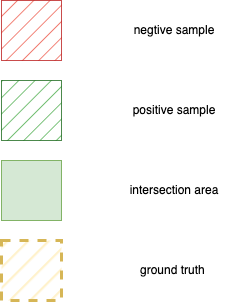
Before: label_assign3.png, a diagram exported from draw.io (johnran103/diagrams). Source tidied: cells renumbered, new cells last; positions are measured from the earlier drawing's top-left corner, leaving out a move shared by most shapes. The source it was exported from:
```xml
<mxGraphModel>
  <root>
    <mxCell id="0" />
    <mxCell id="1" parent="0" />
    <mxCell id="2" style="whiteSpace=wrap;html=1;fillColor=#008a00;strokeColor=#005700;opacity=70;fillStyle=hatch;fontColor=#ffffff;" parent="1" vertex="1">
      <mxGeometry y="80" width="60" height="60" as="geometry" />
    </mxCell>
    <mxCell id="3" style="whiteSpace=wrap;html=1;fillColor=#e51400;fontColor=#ffffff;strokeColor=#B20000;opacity=70;fillStyle=hatch;" parent="1" vertex="1">
      <mxGeometry width="60" height="60" as="geometry" />
    </mxCell>
    <mxCell id="4" style="whiteSpace=wrap;html=1;strokeWidth=3;dashed=1;fillStyle=hatch;fillColor=#fff2cc;strokeColor=#d6b656;" parent="1" vertex="1">
      <mxGeometry y="240" width="60" height="60" as="geometry" />
    </mxCell>
    <mxCell id="5" style="rounded=0;whiteSpace=wrap;html=1;fillColor=#d5e8d4;strokeColor=#82b366;" parent="1" vertex="1">
      <mxGeometry y="160" width="60" height="60" as="geometry" />
    </mxCell>
    <mxCell id="6" value="negtive sample" style="text;html=1;strokeColor=none;fillColor=none;align=center;verticalAlign=middle;whiteSpace=wrap;rounded=0;" parent="1" vertex="1">
      <mxGeometry x="100" y="15" width="146" height="30" as="geometry" />
    </mxCell>
    <mxCell id="7" value="positive sample" style="text;html=1;strokeColor=none;fillColor=none;align=center;verticalAlign=middle;whiteSpace=wrap;rounded=0;" parent="1" vertex="1">
      <mxGeometry x="100" y="95" width="146" height="30" as="geometry" />
    </mxCell>
    <mxCell id="8" value="intersection area" style="text;html=1;strokeColor=none;fillColor=none;align=center;verticalAlign=middle;whiteSpace=wrap;rounded=0;" parent="1" vertex="1">
      <mxGeometry x="100" y="175" width="146" height="30" as="geometry" />
    </mxCell>
    <mxCell id="9" value="ground truth&amp;nbsp;" style="text;html=1;strokeColor=none;fillColor=none;align=center;verticalAlign=middle;whiteSpace=wrap;rounded=0;" parent="1" vertex="1">
      <mxGeometry x="100" y="255" width="146" height="30" as="geometry" />
    </mxCell>
  </root>
</mxGraphModel>
```
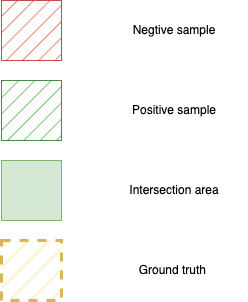
The same file after the commit.

Diff of the diagram source:
```diff
@@ -14,16 +14,16 @@
     <mxCell id="5" style="rounded=0;whiteSpace=wrap;html=1;fillColor=#d5e8d4;strokeColor=#82b366;" parent="1" vertex="1">
       <mxGeometry y="160" width="60" height="60" as="geometry" />
     </mxCell>
-    <mxCell id="6" value="negtive sample" style="text;html=1;strokeColor=none;fillColor=none;align=center;verticalAlign=middle;whiteSpace=wrap;rounded=0;" parent="1" vertex="1">
+    <mxCell id="6" value="Negtive sample" style="text;html=1;strokeColor=none;fillColor=none;align=center;verticalAlign=middle;whiteSpace=wrap;rounded=0;" parent="1" vertex="1">
       <mxGeometry x="100" y="15" width="146" height="30" as="geometry" />
     </mxCell>
-    <mxCell id="7" value="positive sample" style="text;html=1;strokeColor=none;fillColor=none;align=center;verticalAlign=middle;whiteSpace=wrap;rounded=0;" parent="1" vertex="1">
+    <mxCell id="7" value="Positive sample" style="text;html=1;strokeColor=none;fillColor=none;align=center;verticalAlign=middle;whiteSpace=wrap;rounded=0;" parent="1" vertex="1">
       <mxGeometry x="100" y="95" width="146" height="30" as="geometry" />
     </mxCell>
-    <mxCell id="8" value="intersection area" style="text;html=1;strokeColor=none;fillColor=none;align=center;verticalAlign=middle;whiteSpace=wrap;rounded=0;" parent="1" vertex="1">
+    <mxCell id="8" value="Intersection area" style="text;html=1;strokeColor=none;fillColor=none;align=center;verticalAlign=middle;whiteSpace=wrap;rounded=0;" parent="1" vertex="1">
       <mxGeometry x="100" y="175" width="146" height="30" as="geometry" />
     </mxCell>
-    <mxCell id="9" value="ground truth&amp;nbsp;" style="text;html=1;strokeColor=none;fillColor=none;align=center;verticalAlign=middle;whiteSpace=wrap;rounded=0;" parent="1" vertex="1">
+    <mxCell id="9" value="Ground truth&amp;nbsp;" style="text;html=1;strokeColor=none;fillColor=none;align=center;verticalAlign=middle;whiteSpace=wrap;rounded=0;" parent="1" vertex="1">
       <mxGeometry x="100" y="255" width="146" height="30" as="geometry" />
     </mxCell>
   </root>
```
